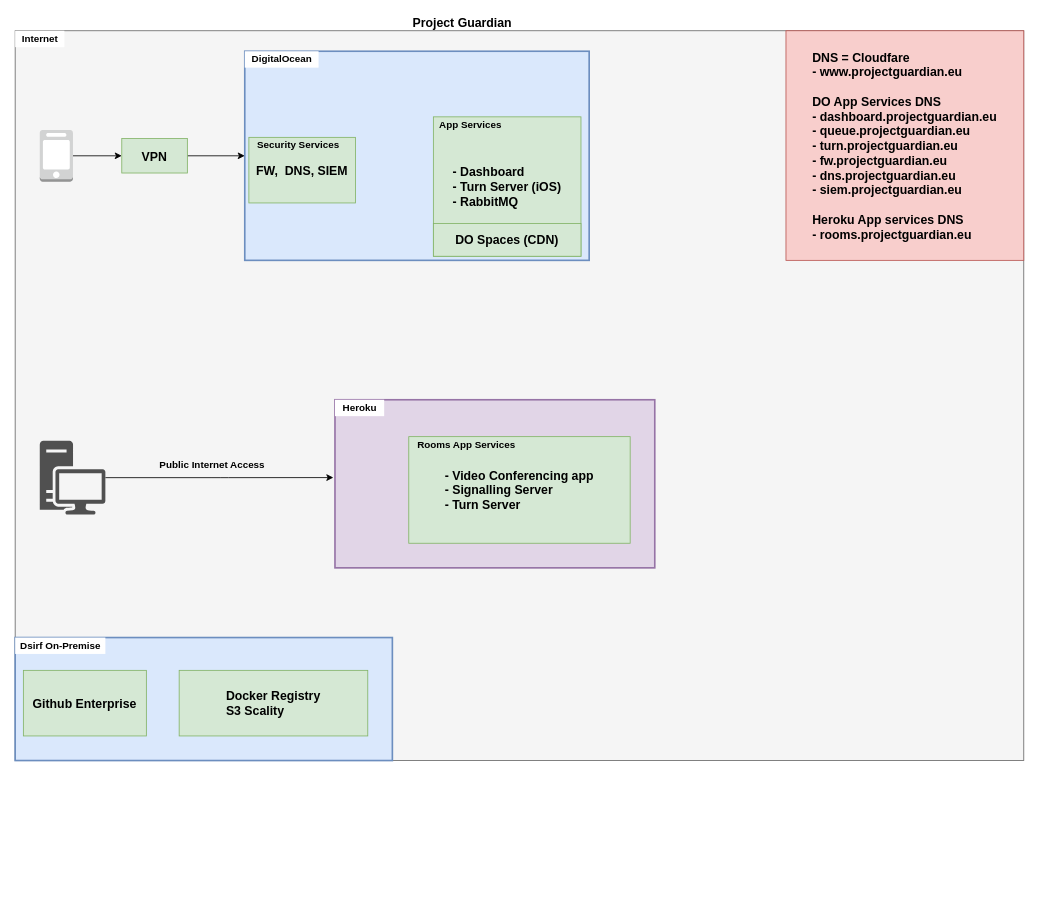
Above: project-guardian.drawio in Enekui/draw (draw.io), before the change. Source tidied: cells renumbered, new cells numbered last; positions are measured from the earlier drawing's top-left corner, leaving out a move shared by most shapes. Both pictures are drawn from the tidied source at 82%, with x=0, y=0 at pixel (15, 14).
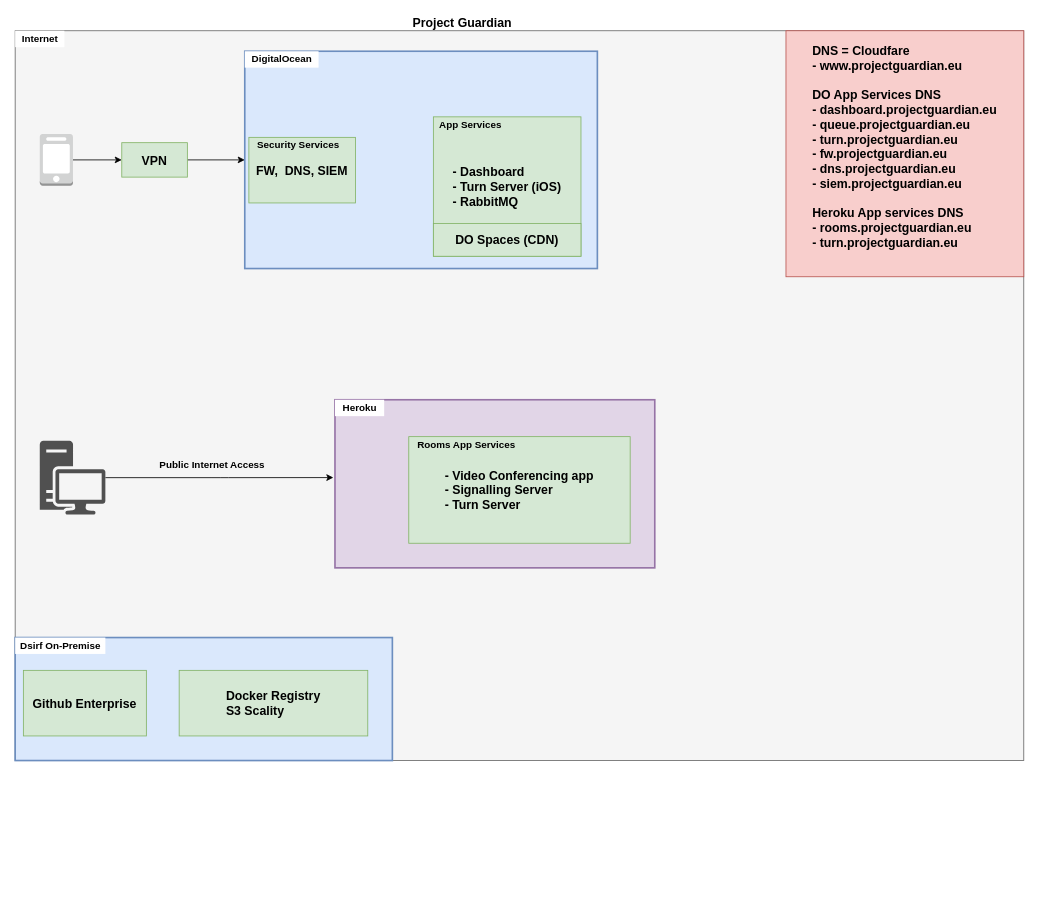
The same diagram, later.

What changed in the source:
```diff
@@
     <mxCell id="5" style="outlineConnect=0;dashed=0;verticalLabelPosition=bottom;verticalAlign=top;align=center;html=1;shape=mxgraph.aws3.mobile_client;fillColor=#D2D3D3;gradientColor=none;" parent="1" vertex="1">
-      <mxGeometry x="30" y="141" width="40.5" height="63" as="geometry" />
+      <mxGeometry x="30" y="146" width="40.5" height="63" as="geometry" />
     </mxCell>
@@
     <mxCell id="7" value="&lt;font style=&quot;font-size: 15px&quot;&gt;VPN&lt;/font&gt;" style="rounded=0;whiteSpace=wrap;html=1;fontStyle=1;fillColor=#d5e8d4;strokeColor=#82b366;" parent="1" vertex="1">
-      <mxGeometry x="130" y="151.5" width="80" height="42" as="geometry" />
+      <mxGeometry x="130" y="156.5" width="80" height="42" as="geometry" />
     </mxCell>
@@
-    <mxCell id="17" value="&lt;div style=&quot;text-align: justify&quot;&gt;&lt;b&gt;&lt;font style=&quot;font-size: 15px&quot;&gt;DNS = Cloudfare&lt;/font&gt;&lt;/b&gt;&lt;/div&gt;&lt;div style=&quot;text-align: justify&quot;&gt;&lt;b&gt;&lt;font&gt;&lt;span style=&quot;font-size: 15px&quot;&gt;- www.projectguardian.eu&lt;/span&gt;&lt;/font&gt;&lt;/b&gt;&lt;/div&gt;&lt;div style=&quot;text-align: justify&quot;&gt;&lt;b&gt;&lt;font&gt;&lt;span style=&quot;font-size: 15px&quot;&gt;&lt;br&gt;&lt;/span&gt;&lt;/font&gt;&lt;/b&gt;&lt;/div&gt;&lt;div style=&quot;text-align: justify&quot;&gt;&lt;b&gt;&lt;font&gt;&lt;span style=&quot;font-size: 15px&quot;&gt;DO App Services DNS&lt;/span&gt;&lt;/font&gt;&lt;/b&gt;&lt;/div&gt;&lt;div style=&quot;text-align: justify&quot;&gt;&lt;b&gt;&lt;font&gt;&lt;span style=&quot;font-size: 15px&quot;&gt;- dashboard.projectguardian.eu&lt;/span&gt;&lt;/font&gt;&lt;/b&gt;&lt;/div&gt;&lt;div style=&quot;text-align: justify&quot;&gt;&lt;b&gt;&lt;font&gt;&lt;span style=&quot;font-size: 15px&quot;&gt;- queue.projectguardian.eu&lt;/span&gt;&lt;/font&gt;&lt;/b&gt;&lt;/div&gt;&lt;div style=&quot;text-align: justify&quot;&gt;&lt;b&gt;&lt;font&gt;&lt;span style=&quot;font-size: 15px&quot;&gt;- turn.projectguardian.eu&lt;/span&gt;&lt;/font&gt;&lt;/b&gt;&lt;/div&gt;&lt;div style=&quot;text-align: justify&quot;&gt;&lt;span style=&quot;font-size: 15px&quot;&gt;&lt;b&gt;- fw.projectguardian.eu&lt;/b&gt;&lt;/span&gt;&lt;/div&gt;&lt;div style=&quot;text-align: justify&quot;&gt;&lt;span style=&quot;font-size: 15px&quot;&gt;&lt;b&gt;- dns.projectguardian.eu&lt;/b&gt;&lt;/span&gt;&lt;/div&gt;&lt;div style=&quot;text-align: justify&quot;&gt;&lt;span style=&quot;font-size: 15px&quot;&gt;&lt;b&gt;- siem.projectguardian.eu&lt;/b&gt;&lt;/span&gt;&lt;/div&gt;&lt;div style=&quot;text-align: justify&quot;&gt;&lt;b&gt;&lt;font&gt;&lt;span style=&quot;font-size: 15px&quot;&gt;&lt;br&gt;&lt;/span&gt;&lt;/font&gt;&lt;/b&gt;&lt;/div&gt;&lt;div style=&quot;text-align: justify&quot;&gt;&lt;b&gt;&lt;font&gt;&lt;span style=&quot;font-size: 15px&quot;&gt;Heroku App services DNS&lt;/span&gt;&lt;/font&gt;&lt;/b&gt;&lt;/div&gt;&lt;div style=&quot;text-align: justify&quot;&gt;&lt;b&gt;&lt;font&gt;&lt;span style=&quot;font-size: 15px&quot;&gt;- rooms.projectguardian.eu&lt;/span&gt;&lt;/font&gt;&lt;/b&gt;&lt;/div&gt;" style="whiteSpace=wrap;html=1;fillColor=#f8cecc;strokeColor=#b85450;" parent="1" vertex="1">
-      <mxGeometry x="940" y="20" width="290" height="280" as="geometry" />
+    <mxCell id="17" value="&lt;div style=&quot;text-align: justify&quot;&gt;&lt;b&gt;&lt;font style=&quot;font-size: 15px&quot;&gt;DNS = Cloudfare&lt;/font&gt;&lt;/b&gt;&lt;/div&gt;&lt;div style=&quot;text-align: justify&quot;&gt;&lt;b&gt;&lt;font&gt;&lt;span style=&quot;font-size: 15px&quot;&gt;- www.projectguardian.eu&lt;/span&gt;&lt;/font&gt;&lt;/b&gt;&lt;/div&gt;&lt;div style=&quot;text-align: justify&quot;&gt;&lt;b&gt;&lt;font&gt;&lt;span style=&quot;font-size: 15px&quot;&gt;&lt;br&gt;&lt;/span&gt;&lt;/font&gt;&lt;/b&gt;&lt;/div&gt;&lt;div style=&quot;text-align: justify&quot;&gt;&lt;b&gt;&lt;font&gt;&lt;span style=&quot;font-size: 15px&quot;&gt;DO App Services DNS&lt;/span&gt;&lt;/font&gt;&lt;/b&gt;&lt;/div&gt;&lt;div style=&quot;text-align: justify&quot;&gt;&lt;b&gt;&lt;font&gt;&lt;span style=&quot;font-size: 15px&quot;&gt;- dashboard.projectguardian.eu&lt;/span&gt;&lt;/font&gt;&lt;/b&gt;&lt;/div&gt;&lt;div style=&quot;text-align: justify&quot;&gt;&lt;b&gt;&lt;font&gt;&lt;span style=&quot;font-size: 15px&quot;&gt;- queue.projectguardian.eu&lt;/span&gt;&lt;/font&gt;&lt;/b&gt;&lt;/div&gt;&lt;div style=&quot;text-align: justify&quot;&gt;&lt;b&gt;&lt;font&gt;&lt;span style=&quot;font-size: 15px&quot;&gt;- turn.projectguardian.eu&lt;/span&gt;&lt;/font&gt;&lt;/b&gt;&lt;/div&gt;&lt;div style=&quot;text-align: justify&quot;&gt;&lt;span style=&quot;font-size: 15px&quot;&gt;&lt;b&gt;- fw.projectguardian.eu&lt;/b&gt;&lt;/span&gt;&lt;/div&gt;&lt;div style=&quot;text-align: justify&quot;&gt;&lt;span style=&quot;font-size: 15px&quot;&gt;&lt;b&gt;- dns.projectguardian.eu&lt;/b&gt;&lt;/span&gt;&lt;/div&gt;&lt;div style=&quot;text-align: justify&quot;&gt;&lt;span style=&quot;font-size: 15px&quot;&gt;&lt;b&gt;- siem.projectguardian.eu&lt;/b&gt;&lt;/span&gt;&lt;/div&gt;&lt;div style=&quot;text-align: justify&quot;&gt;&lt;b&gt;&lt;font&gt;&lt;span style=&quot;font-size: 15px&quot;&gt;&lt;br&gt;&lt;/span&gt;&lt;/font&gt;&lt;/b&gt;&lt;/div&gt;&lt;div style=&quot;text-align: justify&quot;&gt;&lt;b&gt;&lt;font&gt;&lt;span style=&quot;font-size: 15px&quot;&gt;Heroku App services DNS&lt;/span&gt;&lt;/font&gt;&lt;/b&gt;&lt;/div&gt;&lt;div style=&quot;text-align: justify&quot;&gt;&lt;b&gt;&lt;font&gt;&lt;span style=&quot;font-size: 15px&quot;&gt;- rooms.projectguardian.eu&lt;/span&gt;&lt;/font&gt;&lt;/b&gt;&lt;/div&gt;&lt;div style=&quot;text-align: justify&quot;&gt;&lt;div&gt;&lt;b&gt;&lt;span style=&quot;font-size: 15px&quot;&gt;- turn.projectguardian.eu&lt;/span&gt;&lt;/b&gt;&lt;/div&gt;&lt;div&gt;&lt;b&gt;&lt;span style=&quot;font-size: 15px&quot;&gt;&lt;br&gt;&lt;/span&gt;&lt;/b&gt;&lt;/div&gt;&lt;/div&gt;" style="whiteSpace=wrap;html=1;fillColor=#f8cecc;strokeColor=#b85450;" parent="1" vertex="1">
+      <mxGeometry x="940" y="20" width="290" height="300" as="geometry" />
     </mxCell>
@@
     <mxCell id="23" style="whiteSpace=wrap;html=1;strokeColor=#6c8ebf;strokeWidth=2;fillColor=#dae8fc;" parent="1" vertex="1">
-      <mxGeometry x="280" y="45" width="420" height="255" as="geometry" />
+      <mxGeometry x="280" y="45" width="430" height="265" as="geometry" />
     </mxCell>
```
